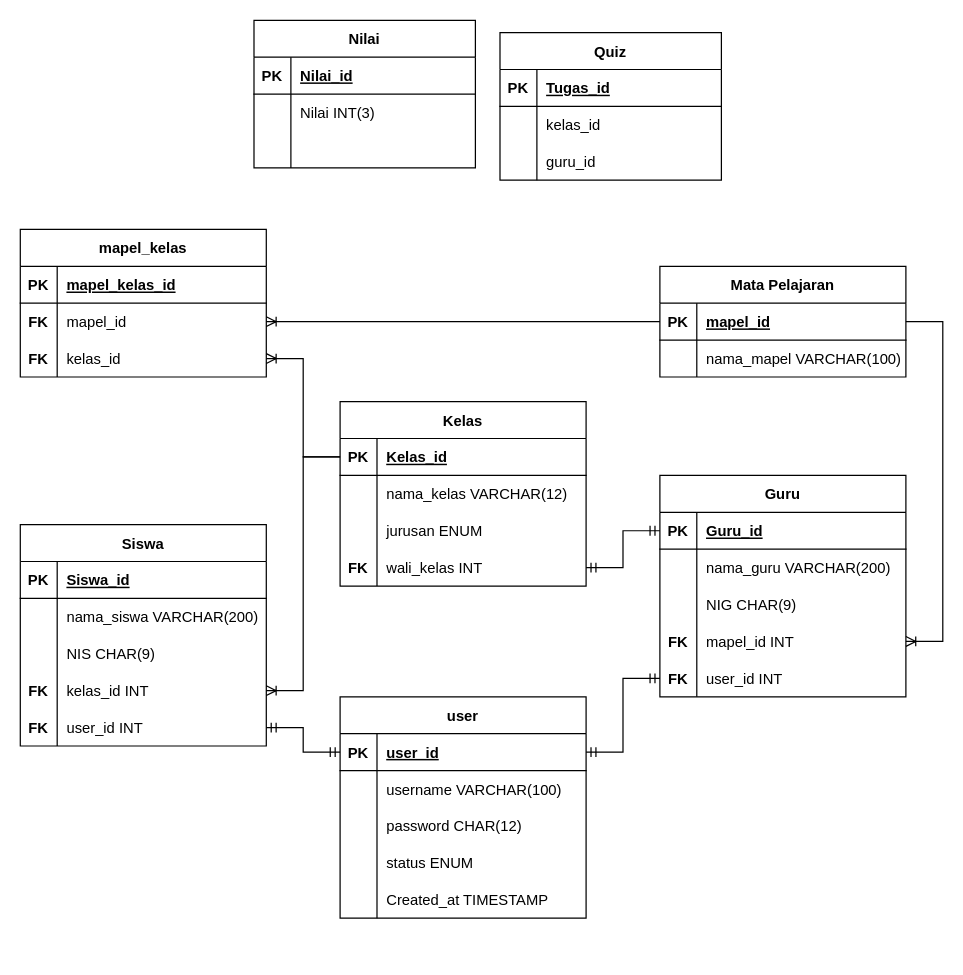
DzakiyDzakwan/Tugas-Besar-Promweb keeps this draw.io diagram as Database/proyek1dbdesign.drawio. Above is the earlier version. Source tidied: cells renumbered, new cells numbered last; positions are measured from the earlier drawing's top-left corner, leaving out a move shared by most shapes. Both pictures are drawn from the tidied source at 123%, with x=0, y=0 at pixel (20, 20).
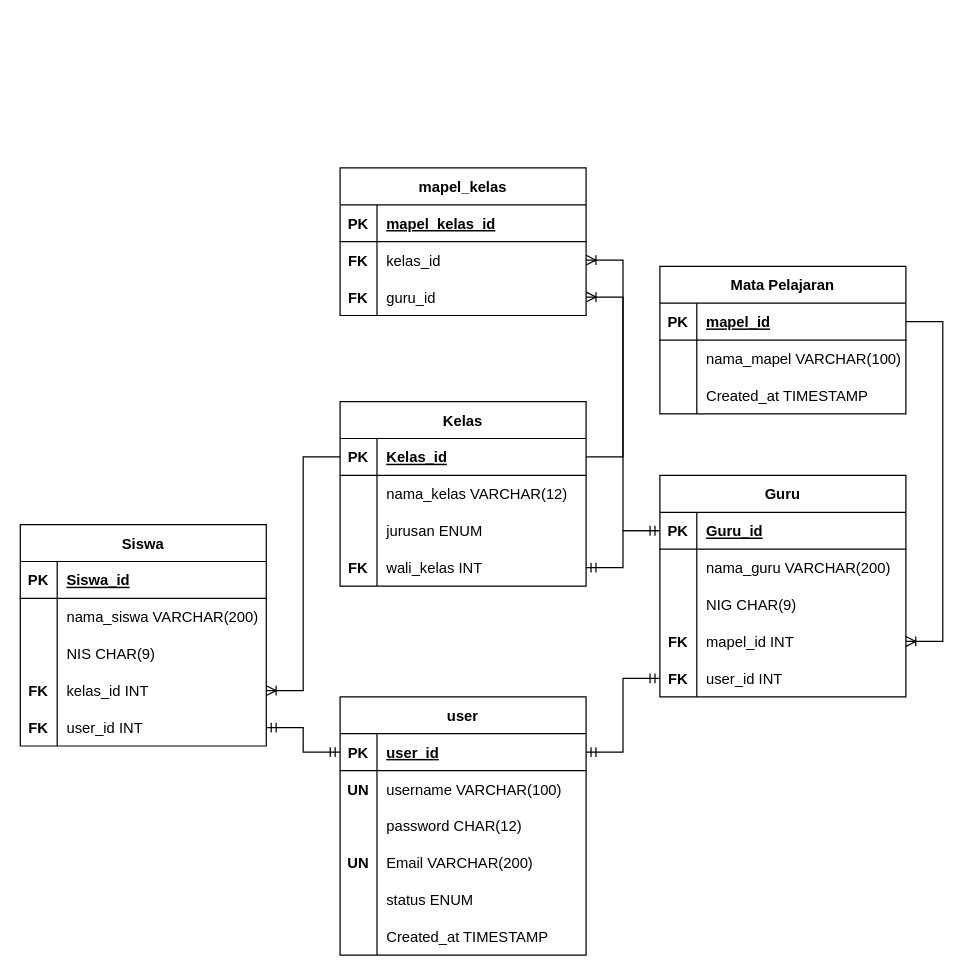
After the change.

Unchanged cells that the change refers to:
```xml
<mxCell id="6" style="shape=partialRectangle;fillColor=none;top=0;left=0;bottom=0;right=0;" parent="2" vertex="1">
  <mxGeometry y="60" width="200" height="30" as="geometry" />
</mxCell>
<mxCell id="35" style="shape=partialRectangle;fillColor=none;top=0;left=0;bottom=1;right=0;points=[[0,0.5],[1,0.5]];portConstraint=eastwest;" parent="34" vertex="1">
  <mxGeometry y="30" width="200" height="30" as="geometry" />
</mxCell>
<mxCell id="44" style="shape=partialRectangle;fillColor=none;top=0;left=0;bottom=0;right=0;points=[[0,0.5],[1,0.5]];portConstraint=eastwest;" parent="34" vertex="1">
  <mxGeometry y="120" width="200" height="30" as="geometry" />
</mxCell>
<mxCell id="51" style="shape=partialRectangle;fillColor=none;top=0;left=0;bottom=1;right=0;points=[[0,0.5],[1,0.5]];portConstraint=eastwest;" parent="50" vertex="1">
  <mxGeometry y="30" width="200" height="30" as="geometry" />
</mxCell>
<mxCell id="64" style="shape=partialRectangle;fillColor=none;top=0;left=0;bottom=1;right=0;points=[[0,0.5],[1,0.5]];portConstraint=eastwest;" parent="63" vertex="1">
  <mxGeometry y="30" width="200" height="30" as="geometry" />
</mxCell>
```

What changed in the source:
```diff
@@
     <mxCell id="2" value="user" style="shape=table;startSize=30;childLayout=tableLayout;rowLines=0;fontStyle=1;align=center;" parent="1" vertex="1">
-      <mxGeometry x="260" y="550" width="200" height="180" as="geometry" />
+      <mxGeometry x="260" y="550" width="200" height="210" as="geometry" />
     </mxCell>
@@
-    <mxCell id="7" style="shape=partialRectangle;fillColor=none;top=0;left=0;bottom=0;right=0;overflow=hidden;" parent="6" vertex="1">
+    <mxCell id="7" value="UN" style="shape=partialRectangle;fillColor=none;top=0;left=0;bottom=0;right=0;overflow=hidden;fontStyle=1;" parent="6" vertex="1">
       <mxGeometry width="30" height="30" as="geometry" />
     </mxCell>
@@
+    <mxCell id="107" style="shape=partialRectangle;fillColor=none;top=0;left=0;bottom=0;right=0;" parent="2" vertex="1">
+      <mxGeometry y="120" width="200" height="30" as="geometry" />
+    </mxCell>
+    <mxCell id="108" value="UN" style="shape=partialRectangle;fillColor=none;top=0;left=0;bottom=0;right=0;overflow=hidden;fontStyle=1;" parent="107" vertex="1">
+      <mxGeometry width="30" height="30" as="geometry" />
+    </mxCell>
+    <mxCell id="109" value="Email VARCHAR(200)" style="shape=partialRectangle;fillColor=none;top=0;left=0;bottom=0;right=0;align=left;spacingLeft=6;overflow=hidden;" parent="107" vertex="1">
+      <mxGeometry x="30" width="170" height="30" as="geometry" />
+    </mxCell>
     <mxCell id="12" style="shape=partialRectangle;fillColor=none;top=0;left=0;bottom=0;right=0;" parent="2" vertex="1">
-      <mxGeometry y="120" width="200" height="30" as="geometry" />
+      <mxGeometry y="150" width="200" height="30" as="geometry" />
     </mxCell>
@@
     <mxCell id="15" style="shape=partialRectangle;fillColor=none;top=0;left=0;bottom=0;right=0;" parent="2" vertex="1">
-      <mxGeometry y="150" width="200" height="30" as="geometry" />
+      <mxGeometry y="180" width="200" height="30" as="geometry" />
     </mxCell>
@@
     <mxCell id="63" value="Mata Pelajaran" style="shape=table;startSize=30;childLayout=tableLayout;rowLines=0;fontStyle=1;align=center;" parent="1" vertex="1">
-      <mxGeometry x="520" y="200" width="200" height="90" as="geometry" />
+      <mxGeometry x="520" y="200" width="200" height="120" as="geometry" />
     </mxCell>
@@
+    <mxCell id="110" style="shape=partialRectangle;fillColor=none;top=0;left=0;bottom=0;right=0;" parent="63" vertex="1">
+      <mxGeometry y="90" width="200" height="30" as="geometry" />
+    </mxCell>
+    <mxCell id="111" style="shape=partialRectangle;fillColor=none;top=0;left=0;bottom=0;right=0;overflow=hidden;" parent="110" vertex="1">
+      <mxGeometry width="30" height="30" as="geometry" />
+    </mxCell>
+    <mxCell id="112" value="Created_at TIMESTAMP" style="shape=partialRectangle;fillColor=none;top=0;left=0;bottom=0;right=0;align=left;spacingLeft=6;overflow=hidden;" parent="110" vertex="1">
+      <mxGeometry x="30" width="170" height="30" as="geometry" />
+    </mxCell>
     <mxCell id="70" value="mapel_kelas" style="shape=table;startSize=30;childLayout=tableLayout;rowLines=0;fontStyle=1;align=center;" parent="1" vertex="1">
-      <mxGeometry y="170" width="200" height="120" as="geometry" />
+      <mxGeometry x="260" y="120" width="200" height="120" as="geometry" />
     </mxCell>
@@
+    <mxCell id="77" style="shape=partialRectangle;fillColor=none;top=0;left=0;bottom=0;right=0;points=[[0,0.5],[1,0.5]];portConstraint=eastwest;" parent="70" vertex="1">
+      <mxGeometry y="60" width="200" height="30" as="geometry" />
+    </mxCell>
+    <mxCell id="78" value="FK" style="shape=partialRectangle;fillColor=none;top=0;left=0;bottom=0;right=0;overflow=hidden;fontStyle=1;" parent="77" vertex="1">
+      <mxGeometry width="30" height="30" as="geometry" />
+    </mxCell>
+    <mxCell id="79" value="kelas_id" style="shape=partialRectangle;fillColor=none;top=0;left=0;bottom=0;right=0;align=left;spacingLeft=6;overflow=hidden;" parent="77" vertex="1">
+      <mxGeometry x="30" width="170" height="30" as="geometry" />
+    </mxCell>
     <mxCell id="74" style="shape=partialRectangle;fillColor=none;top=0;left=0;bottom=0;right=0;points=[[0,0.5],[1,0.5]];portConstraint=eastwest;" parent="70" vertex="1">
-      <mxGeometry y="60" width="200" height="30" as="geometry" />
+      <mxGeometry y="90" width="200" height="30" as="geometry" />
     </mxCell>
@@
-    <mxCell id="76" value="mapel_id" style="shape=partialRectangle;fillColor=none;top=0;left=0;bottom=0;right=0;align=left;spacingLeft=6;overflow=hidden;" parent="74" vertex="1">
+    <mxCell id="76" value="guru_id" style="shape=partialRectangle;fillColor=none;top=0;left=0;bottom=0;right=0;align=left;spacingLeft=6;overflow=hidden;" parent="74" vertex="1">
       <mxGeometry x="30" width="170" height="30" as="geometry" />
     </mxCell>
-    <mxCell id="77" style="shape=partialRectangle;fillColor=none;top=0;left=0;bottom=0;right=0;points=[[0,0.5],[1,0.5]];portConstraint=eastwest;" parent="70" vertex="1">
-      <mxGeometry y="90" width="200" height="30" as="geometry" />
-    </mxCell>
-    <mxCell id="78" value="FK" style="shape=partialRectangle;fillColor=none;top=0;left=0;bottom=0;right=0;overflow=hidden;fontStyle=1;" parent="77" vertex="1">
-      <mxGeometry width="30" height="30" as="geometry" />
-    </mxCell>
-    <mxCell id="79" value="kelas_id" style="shape=partialRectangle;fillColor=none;top=0;left=0;bottom=0;right=0;align=left;spacingLeft=6;overflow=hidden;" parent="77" vertex="1">
-      <mxGeometry x="30" width="170" height="30" as="geometry" />
-    </mxCell>
-    <mxCell id="80" value="Quiz" style="shape=table;startSize=30;childLayout=tableLayout;rowLines=0;fontStyle=1;align=center;" parent="1" vertex="1">
-      <mxGeometry x="390" y="10" width="180" height="120" as="geometry" />
-    </mxCell>
-    <mxCell id="81" style="shape=partialRectangle;fillColor=none;top=0;left=0;bottom=1;right=0;" parent="80" vertex="1">
-      <mxGeometry y="30" width="180" height="30" as="geometry" />
-    </mxCell>
-    <mxCell id="82" value="PK" style="shape=partialRectangle;fillColor=none;top=0;left=0;bottom=0;right=0;fontStyle=1;overflow=hidden;" parent="81" vertex="1">
-      <mxGeometry width="30" height="30" as="geometry" />
-    </mxCell>
-    <mxCell id="83" value="Tugas_id" style="shape=partialRectangle;fillColor=none;top=0;left=0;bottom=0;right=0;align=left;spacingLeft=6;fontStyle=5;overflow=hidden;" parent="81" vertex="1">
-      <mxGeometry x="30" width="150" height="30" as="geometry" />
-    </mxCell>
-    <mxCell id="84" style="shape=partialRectangle;fillColor=none;top=0;left=0;bottom=0;right=0;" parent="80" vertex="1">
-      <mxGeometry y="60" width="180" height="30" as="geometry" />
-    </mxCell>
-    <mxCell id="85" style="shape=partialRectangle;fillColor=none;top=0;left=0;bottom=0;right=0;overflow=hidden;" parent="84" vertex="1">
-      <mxGeometry width="30" height="30" as="geometry" />
-    </mxCell>
-    <mxCell id="86" value="kelas_id" style="shape=partialRectangle;fillColor=none;top=0;left=0;bottom=0;right=0;align=left;spacingLeft=6;overflow=hidden;" parent="84" vertex="1">
-      <mxGeometry x="30" width="150" height="30" as="geometry" />
-    </mxCell>
-    <mxCell id="87" style="shape=partialRectangle;fillColor=none;top=0;left=0;bottom=0;right=0;" parent="80" vertex="1">
-      <mxGeometry y="90" width="180" height="30" as="geometry" />
-    </mxCell>
-    <mxCell id="88" style="shape=partialRectangle;fillColor=none;top=0;left=0;bottom=0;right=0;overflow=hidden;" parent="87" vertex="1">
-      <mxGeometry width="30" height="30" as="geometry" />
-    </mxCell>
-    <mxCell id="89" value="guru_id" style="shape=partialRectangle;fillColor=none;top=0;left=0;bottom=0;right=0;align=left;spacingLeft=6;overflow=hidden;" parent="87" vertex="1">
-      <mxGeometry x="30" width="150" height="30" as="geometry" />
-    </mxCell>
-    <mxCell id="90" value="Nilai" style="shape=table;startSize=30;childLayout=tableLayout;rowLines=0;fontStyle=1;align=center;" parent="1" vertex="1">
-      <mxGeometry x="190" width="180" height="120" as="geometry" />
-    </mxCell>
-    <mxCell id="91" style="shape=partialRectangle;fillColor=none;top=0;left=0;bottom=1;right=0;" parent="90" vertex="1">
-      <mxGeometry y="30" width="180" height="30" as="geometry" />
-    </mxCell>
-    <mxCell id="92" value="PK" style="shape=partialRectangle;fillColor=none;top=0;left=0;bottom=0;right=0;fontStyle=1;overflow=hidden;" parent="91" vertex="1">
-      <mxGeometry width="30" height="30" as="geometry" />
-    </mxCell>
-    <mxCell id="93" value="Nilai_id" style="shape=partialRectangle;fillColor=none;top=0;left=0;bottom=0;right=0;align=left;spacingLeft=6;fontStyle=5;overflow=hidden;" parent="91" vertex="1">
-      <mxGeometry x="30" width="150" height="30" as="geometry" />
-    </mxCell>
-    <mxCell id="94" style="shape=partialRectangle;fillColor=none;top=0;left=0;bottom=0;right=0;" parent="90" vertex="1">
-      <mxGeometry y="60" width="180" height="30" as="geometry" />
-    </mxCell>
-    <mxCell id="95" style="shape=partialRectangle;fillColor=none;top=0;left=0;bottom=0;right=0;overflow=hidden;" parent="94" vertex="1">
-      <mxGeometry width="30" height="30" as="geometry" />
-    </mxCell>
-    <mxCell id="96" value="Nilai INT(3)" style="shape=partialRectangle;fillColor=none;top=0;left=0;bottom=0;right=0;align=left;spacingLeft=6;overflow=hidden;" parent="94" vertex="1">
-      <mxGeometry x="30" width="150" height="30" as="geometry" />
-    </mxCell>
-    <mxCell id="97" style="shape=partialRectangle;fillColor=none;top=0;left=0;bottom=0;right=0;" parent="90" vertex="1">
-      <mxGeometry y="90" width="180" height="30" as="geometry" />
-    </mxCell>
-    <mxCell id="98" style="shape=partialRectangle;fillColor=none;top=0;left=0;bottom=0;right=0;overflow=hidden;" parent="97" vertex="1">
-      <mxGeometry width="30" height="30" as="geometry" />
-    </mxCell>
-    <mxCell id="99" style="shape=partialRectangle;fillColor=none;top=0;left=0;bottom=0;right=0;align=left;spacingLeft=6;overflow=hidden;" parent="97" vertex="1">
-      <mxGeometry x="30" width="150" height="30" as="geometry" />
-    </mxCell>
@@
-    <mxCell id="104" style="edgeStyle=entityRelationEdgeStyle;fontSize=12;html=1;endArrow=ERoneToMany;rounded=0;exitX=0;exitY=0.5;exitDx=0;exitDy=0;" parent="1" edge="1" source="64" target="74">
-      <mxGeometry relative="1" as="geometry" />
-    </mxCell>
+    <mxCell id="106" style="edgeStyle=entityRelationEdgeStyle;fontSize=12;html=1;endArrow=ERoneToMany;rounded=0;exitX=1;exitY=0.5;exitDx=0;exitDy=0;entryX=1;entryY=0.5;entryDx=0;entryDy=0;" parent="1" edge="1" source="64" target="44">
+      <mxGeometry relative="1" as="geometry" />
+    </mxCell>
+    <mxCell id="113" style="edgeStyle=entityRelationEdgeStyle;fontSize=12;html=1;endArrow=ERoneToMany;rounded=0;exitX=0;exitY=0.5;exitDx=0;exitDy=0;" parent="1" edge="1" source="35" target="74">
+      <mxGeometry relative="1" as="geometry" />
+    </mxCell>
-    <mxCell id="105" style="edgeStyle=entityRelationEdgeStyle;fontSize=12;html=1;endArrow=ERoneToMany;rounded=0;exitX=0;exitY=0.5;exitDx=0;exitDy=0;entryX=1;entryY=0.5;entryDx=0;entryDy=0;" parent="1" edge="1" source="51" target="77">
+    <mxCell id="105" style="edgeStyle=entityRelationEdgeStyle;fontSize=12;html=1;endArrow=ERoneToMany;rounded=0;exitX=1;exitY=0.5;exitDx=0;exitDy=0;entryX=1;entryY=0.5;entryDx=0;entryDy=0;" parent="1" edge="1" source="51" target="77">
       <mxGeometry relative="1" as="geometry" />
     </mxCell>
-    <mxCell id="106" style="edgeStyle=entityRelationEdgeStyle;fontSize=12;html=1;endArrow=ERoneToMany;rounded=0;exitX=1;exitY=0.5;exitDx=0;exitDy=0;entryX=1;entryY=0.5;entryDx=0;entryDy=0;" parent="1" edge="1" source="64" target="44">
-      <mxGeometry relative="1" as="geometry" />
-    </mxCell>
```
